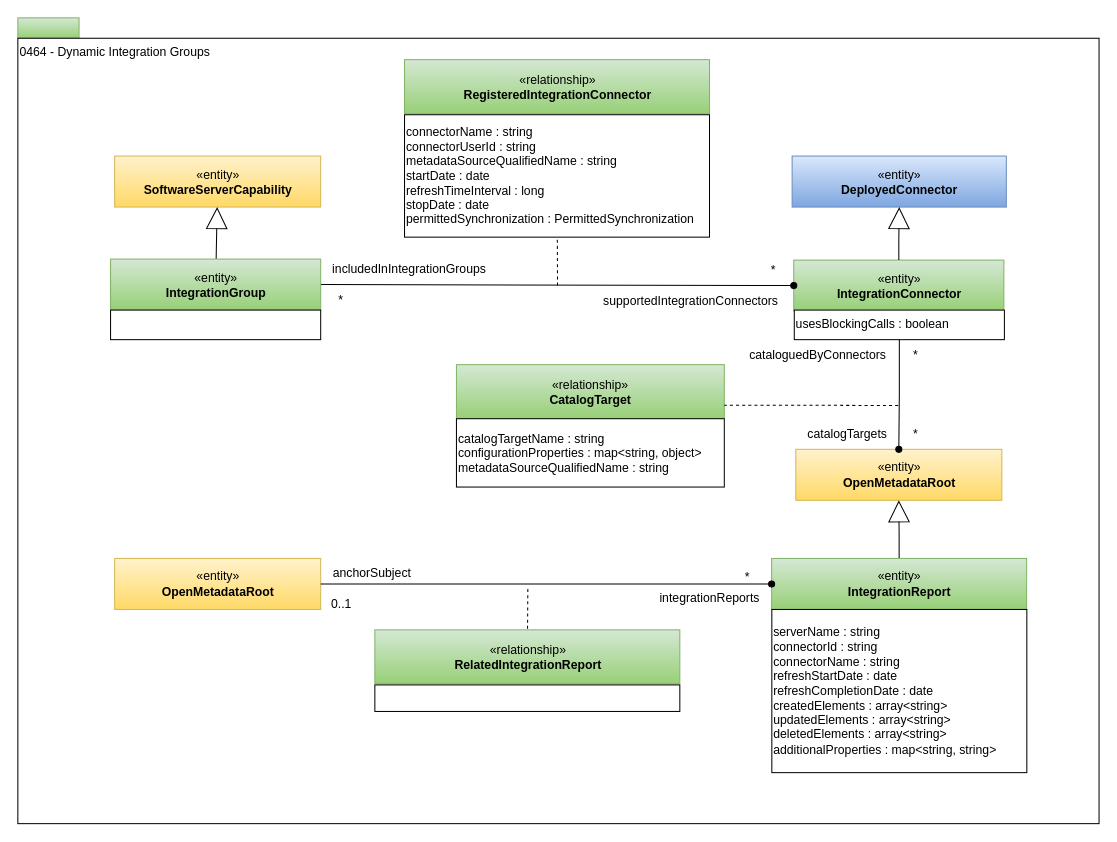
Earlier version of the draw.io diagram page "0464-Dynamic-Integration-Groups" (24 of 32) of site/docs/types/4/area-4-governance.drawio (odpi/egeria-docs). Source tidied: cells renumbered, new cells numbered last; positions are measured from the earlier drawing's top-left corner, leaving out a move shared by most shapes. Both pictures are drawn from the tidied source at 102%, with x=0, y=0 at pixel (17, 17).
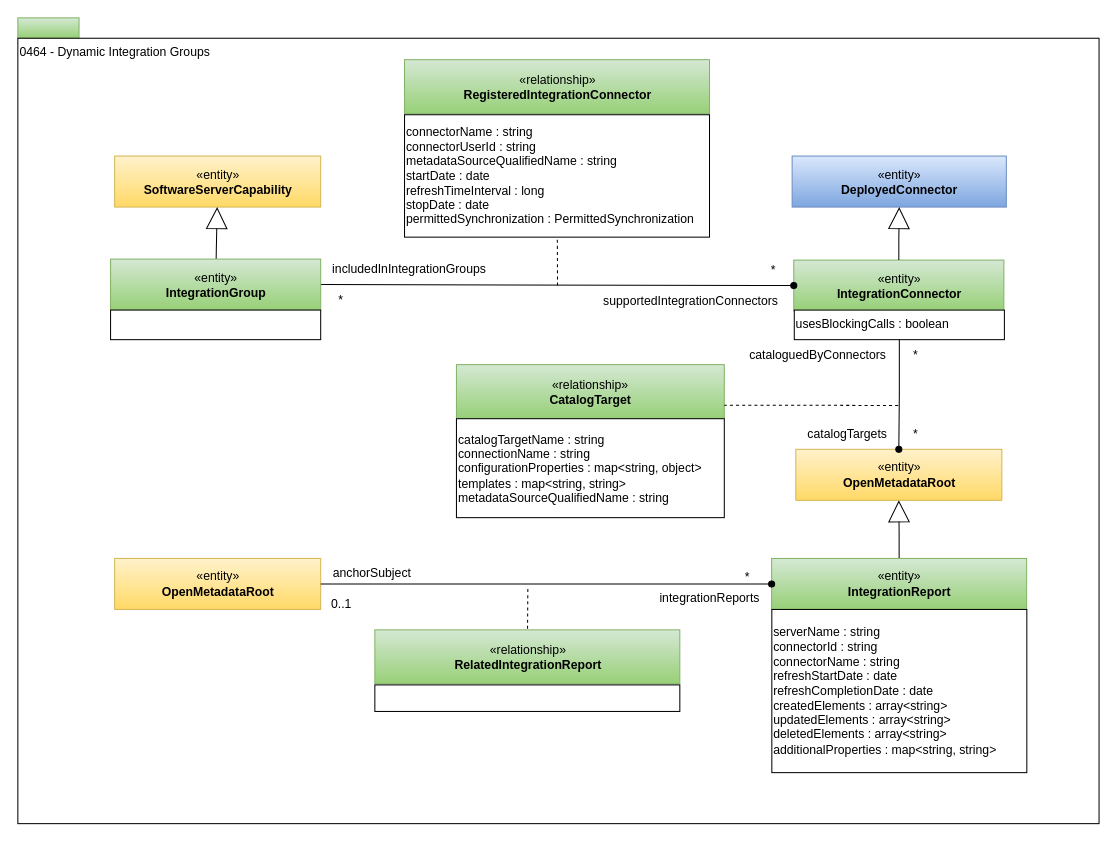
The same page after the edit.

Change to the diagram source:
```diff
@@
-    <mxCell id="23" value="catalogTargetName : string&lt;br&gt;configurationProperties : map&amp;lt;string, object&amp;gt;&lt;br&gt;metadataSourceQualifiedName : string" style="rounded=0;whiteSpace=wrap;html=1;strokeColor=#000000;align=left;fillColor=#ffffff;" parent="1" vertex="1">
-      <mxGeometry x="430" y="393" width="262.6" height="67" as="geometry" />
+    <mxCell id="23" value="catalogTargetName : string&lt;div&gt;connectionName : string&lt;br&gt;configurationProperties : map&amp;lt;string, object&amp;gt;&lt;/div&gt;&lt;div&gt;templates : map&amp;lt;string, string&amp;gt;&lt;br&gt;metadataSourceQualifiedName : string&lt;/div&gt;" style="rounded=0;whiteSpace=wrap;html=1;strokeColor=#000000;align=left;fillColor=#ffffff;" parent="1" vertex="1">
+      <mxGeometry x="430" y="393" width="262.6" height="97" as="geometry" />
     </mxCell>
```
